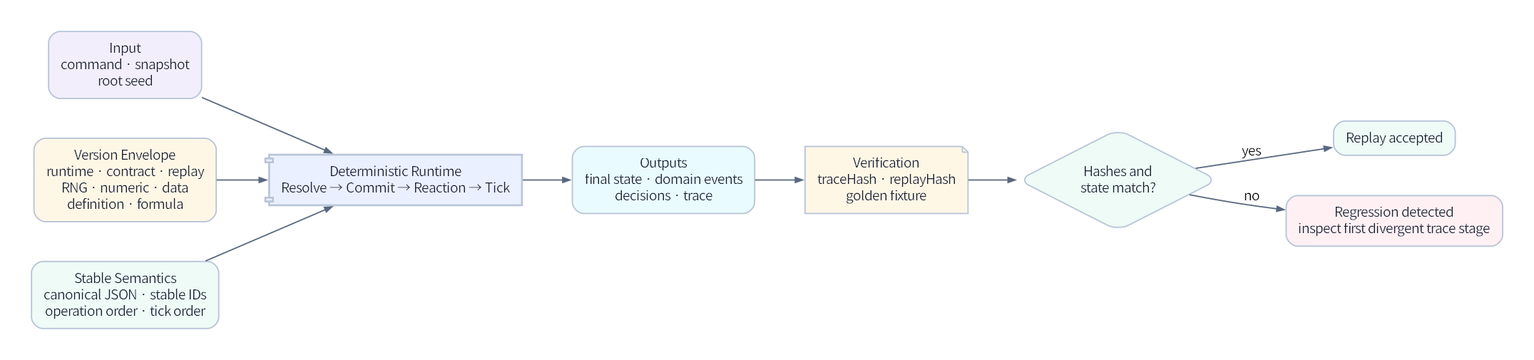
The Graphviz diagram assets/diagrams/41_deterministic_replay_envelope.png in JY-LemongO/game-system-framework-knowledge-site, before a commit. Its source is kept beside it as source/diagrams/41_deterministic_replay_envelope.dot.
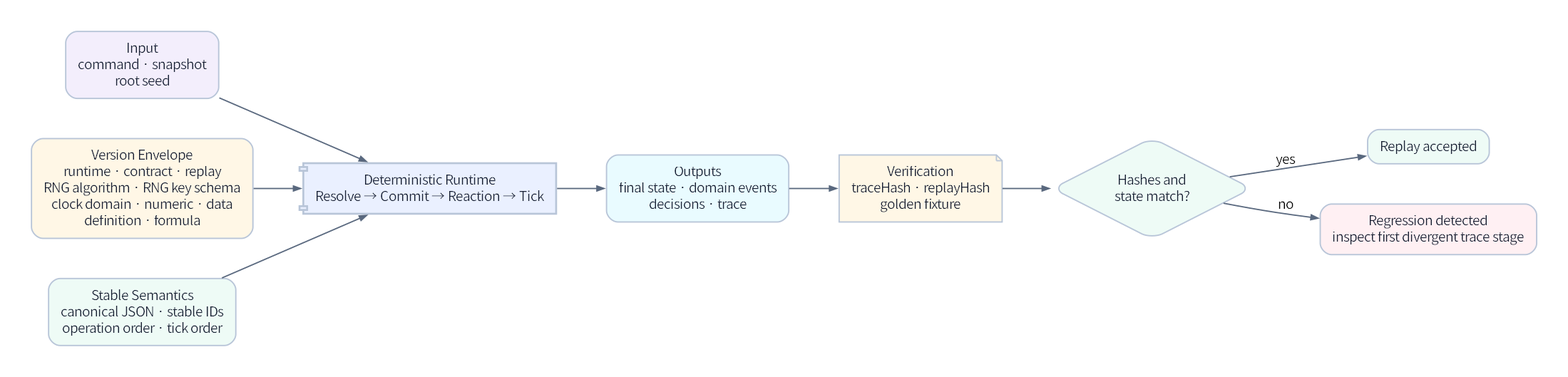
Above is the later version.

Diff of the diagram source:
```diff
@@ -5,7 +5,7 @@
   rankdir=LR;
 
   Input [fillcolor="#f3eefc", label="Input\ncommand · snapshot\nroot seed"];
-  Versions [fillcolor="#fff7e6", label="Version Envelope\nruntime · contract · replay\nRNG · numeric · data\ndefinition · formula"];
+  Versions [fillcolor="#fff7e6", label="Version Envelope\nruntime · contract · replay\nRNG algorithm · RNG key schema\nclock domain · numeric · data\ndefinition · formula"];
   Ordering [fillcolor="#eefbf6", label="Stable Semantics\ncanonical JSON · stable IDs\noperation order · tick order"];
   Runtime [shape=component, fillcolor="#eaf0ff", penwidth=2.0, label="Deterministic Runtime\nResolve → Commit → Reaction → Tick"];
   Outputs [fillcolor="#e9fbff", label="Outputs\nfinal state · domain events\ndecisions · trace"];
```
